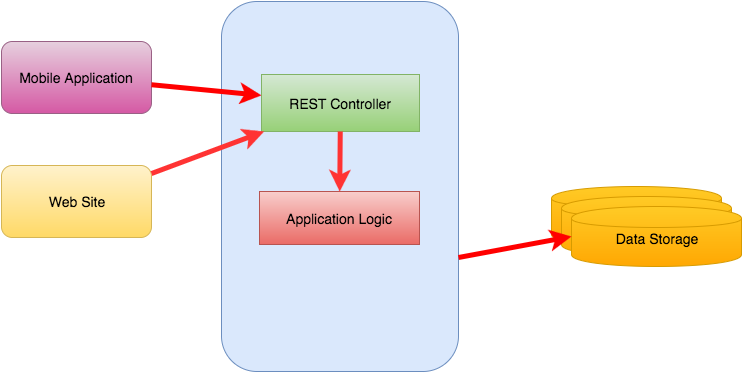
Before: DD/img/architecture_diagram.png, a diagram exported from draw.io (teopiaz/SE2Project). Source tidied: cells renumbered, new cells last; positions are measured from the earlier drawing's top-left corner, leaving out a move shared by most shapes.
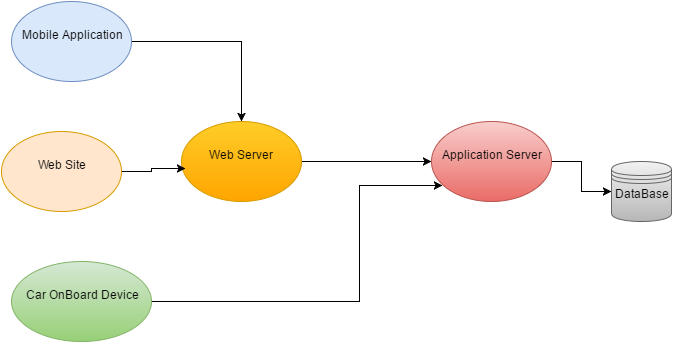
Later version of the same file.

The edit, as a diff of the source:
```diff
@@ -2,41 +2,43 @@
   <root>
     <mxCell id="0" />
     <mxCell id="1" parent="0" />
+    <mxCell id="3" value="DataBase&lt;div&gt;&lt;br&gt;&lt;/div&gt;" style="shape=datastore;whiteSpace=wrap;html=1;fillColor=#f5f5f5;strokeColor=#666666;gradientColor=#b3b3b3;" parent="1" vertex="1">
+      <mxGeometry x="350" y="50" width="60" height="60" as="geometry" />
+    </mxCell>
+    <mxCell id="9" style="edgeStyle=orthogonalEdgeStyle;rounded=0;html=1;jettySize=auto;" parent="1" edge="1" source="2" target="17">
+      <mxGeometry relative="1" as="geometry" />
+    </mxCell>
-    <mxCell id="2" style="whiteSpace=wrap;html=1;fillColor=#dae8fc;strokeColor=#6c8ebf;rounded=1;" parent="1" vertex="1">
-      <mxGeometry x="220" width="237" height="370" as="geometry" />
+    <mxCell id="2" value="Web Server&lt;div&gt;&lt;br&gt;&lt;/div&gt;" style="ellipse;whiteSpace=wrap;html=1;fillColor=#ffcd28;strokeColor=#d79b00;gradientColor=#ffa500;" parent="1" vertex="1">
+      <mxGeometry x="-80" y="10" width="120" height="80" as="geometry" />
     </mxCell>
-    <mxCell id="3" value="REST Controller" style="whiteSpace=wrap;html=1;fillColor=#d5e8d4;strokeColor=#82b366;gradientColor=#97d077;fontSize=14;" parent="1" vertex="1">
-      <mxGeometry x="260" y="73" width="158" height="57" as="geometry" />
-    </mxCell>
-    <mxCell id="4" value="Data Layer" style="shape=cylinder;whiteSpace=wrap;html=1;fillColor=#ffcd28;strokeColor=#d79b00;gradientColor=#ffa500;shadow=0;labelBackgroundColor=none;labelBorderColor=none;spacingTop=4;fontSize=14;fontStyle=0;" parent="1" vertex="1">
-      <mxGeometry x="550" y="185" width="170" height="60" as="geometry" />
-    </mxCell>
+    <mxCell id="7" style="edgeStyle=orthogonalEdgeStyle;rounded=0;html=1;entryX=0.033;entryY=0.588;entryPerimeter=0;jettySize=auto;" parent="1" edge="1" source="14" target="2">
+      <mxGeometry relative="1" as="geometry" />
+    </mxCell>
+    <mxCell id="14" value="Web Site&lt;div&gt;&lt;br&gt;&lt;/div&gt;" style="ellipse;whiteSpace=wrap;html=1;fillColor=#ffe6cc;strokeColor=#d79b00;" parent="1" vertex="1">
+      <mxGeometry x="-260" y="20" width="120" height="80" as="geometry" />
+    </mxCell>
+    <mxCell id="15" style="edgeStyle=orthogonalEdgeStyle;rounded=0;html=1;jettySize=auto;" parent="1" edge="1" source="5" target="2">
+      <mxGeometry relative="1" as="geometry" />
+    </mxCell>
-    <mxCell id="5" value="Data Layer" style="shape=cylinder;whiteSpace=wrap;html=1;fillColor=#ffcd28;strokeColor=#d79b00;gradientColor=#ffa500;shadow=0;labelBackgroundColor=none;labelBorderColor=none;spacingTop=4;fontSize=14;fontStyle=0;" parent="1" vertex="1">
-      <mxGeometry x="560" y="195" width="170" height="60" as="geometry" />
+    <mxCell id="5" value="Mobile Application&lt;div&gt;&lt;br&gt;&lt;/div&gt;" style="ellipse;whiteSpace=wrap;html=1;strokeColor=#6c8ebf;strokeWidth=1;fillColor=#dae8fc;" parent="1" vertex="1">
+      <mxGeometry x="-250" y="-110" width="120" height="80" as="geometry" />
     </mxCell>
+    <mxCell id="8" style="edgeStyle=orthogonalEdgeStyle;rounded=0;html=1;entryX=0.092;entryY=0.8;jettySize=auto;entryPerimeter=0;" parent="1" edge="1" source="6" target="17">
+      <mxGeometry relative="1" as="geometry">
+        <Array as="points">
+          <mxPoint x="98" y="190" />
+          <mxPoint x="98" y="74" />
+        </Array>
+      </mxGeometry>
+    </mxCell>
-    <mxCell id="6" value="Data Storage" style="shape=cylinder;whiteSpace=wrap;html=1;fillColor=#ffcd28;strokeColor=#d79b00;gradientColor=#ffa500;shadow=0;labelBackgroundColor=none;labelBorderColor=none;spacingTop=4;fontSize=14;fontStyle=0;" parent="1" vertex="1">
-      <mxGeometry x="570" y="205" width="170" height="60" as="geometry" />
+    <mxCell id="6" value="Car OnBoard Device&lt;div&gt;&lt;br&gt;&lt;/div&gt;" style="ellipse;whiteSpace=wrap;html=1;strokeColor=#82b366;strokeWidth=1;fillColor=#d5e8d4;gradientColor=#97d077;" parent="1" vertex="1">
+      <mxGeometry x="-250" y="150" width="140" height="80" as="geometry" />
     </mxCell>
-    <mxCell id="7" style="endArrow=classic;html=1;strokeColor=#FF0000;strokeWidth=5;fontSize=14;fillColor=#f5f5f5;gradientColor=#b3b3b3;entryX=0;entryY=0.5;exitX=1;exitY=0.691;exitPerimeter=0;" parent="1" edge="1" source="2" target="6">
-      <mxGeometry relative="1" as="geometry" />
-    </mxCell>
-    <mxCell id="8" value="Web Site" style="rounded=1;whiteSpace=wrap;html=1;shadow=0;labelBackgroundColor=none;strokeColor=#d6b656;gradientColor=#ffd966;fontSize=14;fillColor=#fff2cc;" parent="1" vertex="1">
-      <mxGeometry y="164" width="150" height="72" as="geometry" />
-    </mxCell>
-    <mxCell id="9" value="Application Logic" style="rounded=0;whiteSpace=wrap;html=1;shadow=0;labelBackgroundColor=none;strokeColor=#b85450;gradientColor=#ea6b66;fontSize=14;glass=0;comic=0;fillColor=#f8cecc;" parent="1" vertex="1">
-      <mxGeometry x="258" y="190" width="160" height="53" as="geometry" />
-    </mxCell>
-    <mxCell id="10" value="Mobile Application" style="rounded=1;whiteSpace=wrap;html=1;shadow=0;labelBackgroundColor=none;strokeColor=#996185;fontSize=14;fillColor=#e6d0de;gradientColor=#D559A4;" parent="1" vertex="1">
-      <mxGeometry y="40" width="150" height="72" as="geometry" />
-    </mxCell>
-    <mxCell id="11" style="endArrow=classic;html=1;strokeColor=#FF0000;strokeWidth=5;fontSize=14;fillColor=#f5f5f5;gradientColor=#b3b3b3;" parent="1" edge="1" source="10" target="3">
-      <mxGeometry relative="1" as="geometry" />
-    </mxCell>
-    <mxCell id="12" style="endArrow=classic;html=1;strokeColor=#FF3333;strokeWidth=5;fontSize=14;" parent="1" edge="1" source="3" target="9">
-      <mxGeometry relative="1" as="geometry" />
-    </mxCell>
-    <mxCell id="13" style="endArrow=classic;html=1;strokeColor=#FF3333;strokeWidth=5;fontSize=14;" parent="1" edge="1" source="8" target="3">
-      <mxGeometry relative="1" as="geometry" />
-    </mxCell>
+    <mxCell id="16" style="edgeStyle=orthogonalEdgeStyle;rounded=0;html=1;jettySize=auto;" parent="1" edge="1" source="17" target="3">
+      <mxGeometry relative="1" as="geometry" />
+    </mxCell>
+    <mxCell id="17" value="Application Server&lt;div&gt;&lt;br&gt;&lt;/div&gt;" style="ellipse;whiteSpace=wrap;html=1;strokeColor=#b85450;strokeWidth=1;fillColor=#f8cecc;gradientColor=#ea6b66;" parent="1" vertex="1">
+      <mxGeometry x="170" y="10" width="120" height="80" as="geometry" />
+    </mxCell>
   </root>
 </mxGraphModel>
```
